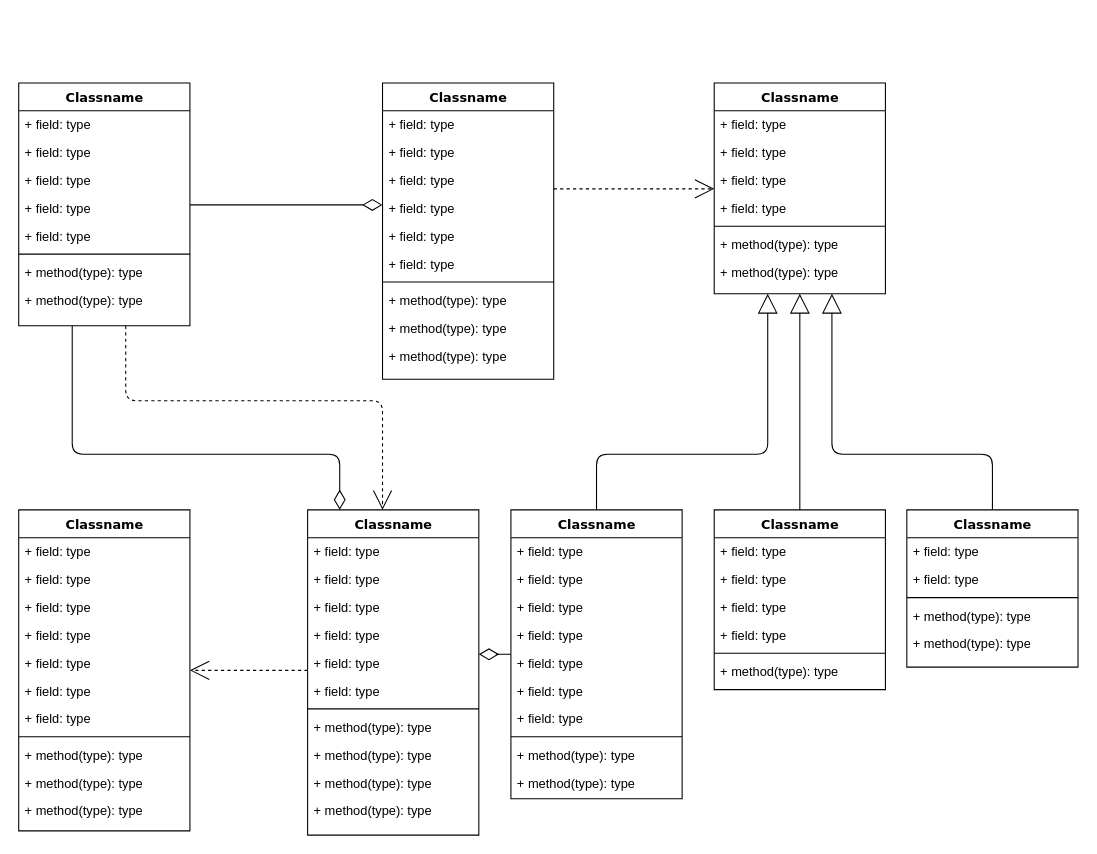
Above: kostas/Untitled Diagram.drawio in kostasstra/kostastest1 (draw.io), before the change. Source tidied: cells renumbered, new cells numbered last; positions are measured from the earlier drawing's top-left corner, leaving out a move shared by most shapes. Both pictures are drawn from the tidied source at 107%, with x=0, y=0 at pixel (18, 82).
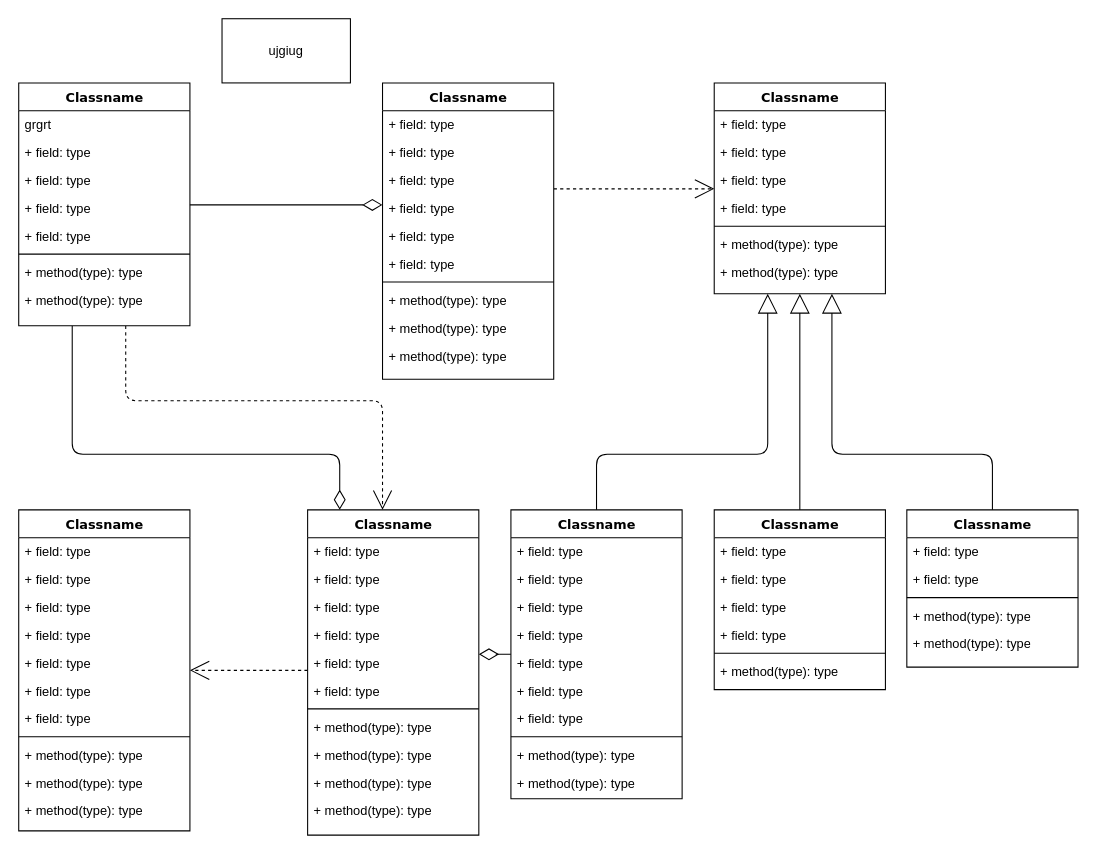
The same page after the edit.

The change refers to these unchanged cells:
```xml
<mxCell id="4" value="Classname" style="swimlane;html=1;fontStyle=1;align=center;verticalAlign=top;horizontal=1;startSize=26;swimlaneFillColor=#ffffff;rounded=0;shadow=0;comic=0;labelBackgroundColor=none;strokeWidth=1;fillColor=none;fontFamily=Verdana;fontSize=12;" parent="1" vertex="1">
  <mxGeometry width="160" height="227" as="geometry" />
</mxCell>
```

Diff of the diagram source:
```diff
@@
-    <mxCell id="5" value="+ field: type" style="text;html=1;strokeColor=none;fillColor=none;align=left;verticalAlign=top;spacingLeft=4;spacingRight=4;whiteSpace=wrap;overflow=hidden;" parent="4" vertex="1">
+    <mxCell id="5" value="grgrt" style="text;html=1;strokeColor=none;fillColor=none;align=left;verticalAlign=top;spacingLeft=4;spacingRight=4;whiteSpace=wrap;overflow=hidden;" parent="4" vertex="1">
       <mxGeometry y="26" width="160" height="26" as="geometry" />
     </mxCell>
@@
+    <mxCell id="87" value="ujgiug" style="rounded=0;whiteSpace=wrap;html=1;" parent="1" vertex="1">
+      <mxGeometry x="190" y="-60" width="120" height="60" as="geometry" />
+    </mxCell>
```
